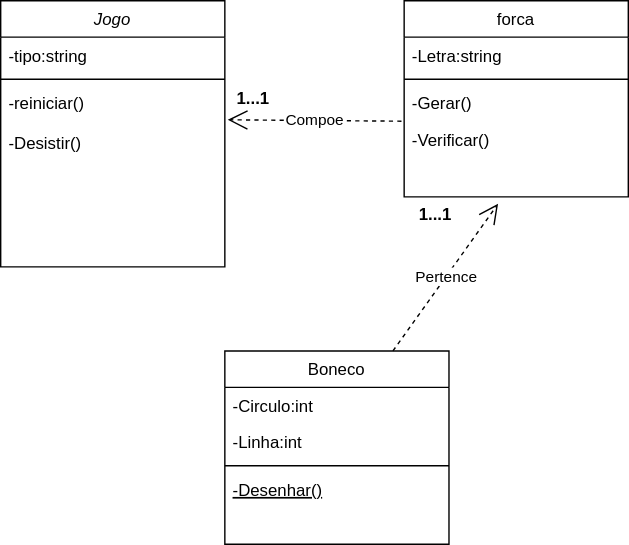
Earlier version of the draw.io export diagrama de classe jogo da forca.drawio.svg (Rob3rt2/Jogo_forca). Source tidied: cells renumbered, new cells last; positions are measured from the earlier drawing's top-left corner, leaving out a move shared by most shapes.
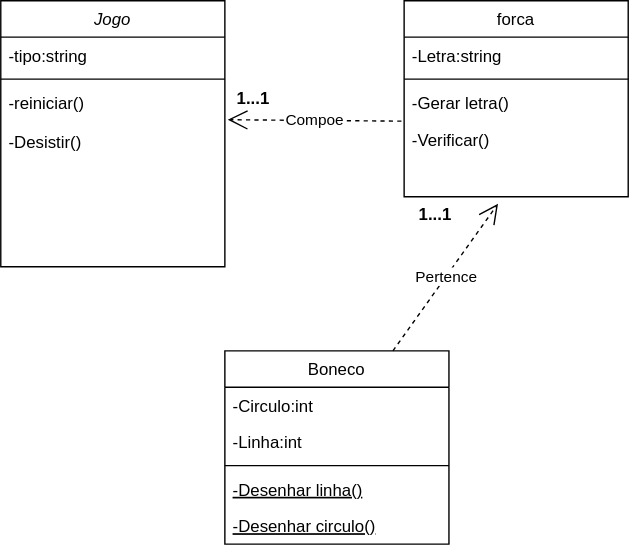
The same file after the commit.

The edit, as a diff of the source:
```diff
@@ -29,9 +29,12 @@
     <mxCell id="10" style="line;html=1;strokeWidth=1;align=left;verticalAlign=middle;spacingTop=-1;spacingLeft=3;spacingRight=3;labelPosition=right;" parent="7" vertex="1">
       <mxGeometry y="78" width="160" height="8" as="geometry" />
     </mxCell>
-    <mxCell id="11" value="-Desenhar()" style="text;align=left;verticalAlign=top;spacingLeft=4;spacingRight=4;overflow=hidden;fontStyle=4;" parent="7" vertex="1">
+    <mxCell id="11" value="-Desenhar linha()" style="text;align=left;verticalAlign=top;spacingLeft=4;spacingRight=4;overflow=hidden;fontStyle=4;" parent="7" vertex="1">
       <mxGeometry y="86" width="160" height="26" as="geometry" />
     </mxCell>
+    <mxCell id="21" value="-Desenhar circulo()" style="text;align=left;verticalAlign=top;spacingLeft=4;spacingRight=4;overflow=hidden;fontStyle=4;" parent="7" vertex="1">
+      <mxGeometry y="112" width="160" height="26" as="geometry" />
+    </mxCell>
     <mxCell id="12" value="forca" style="swimlane;fontStyle=0;align=center;verticalAlign=top;horizontal=1;startSize=26;rounded=0;shadow=0;strokeWidth=1;" parent="1" vertex="1">
       <mxGeometry x="288" width="160" height="140" as="geometry" />
     </mxCell>
@@ -41,7 +44,7 @@
     <mxCell id="14" style="line;html=1;strokeWidth=1;align=left;verticalAlign=middle;spacingTop=-1;spacingLeft=3;spacingRight=3;labelPosition=right;" parent="12" vertex="1">
       <mxGeometry y="52" width="160" height="8" as="geometry" />
     </mxCell>
-    <mxCell id="15" value="-Gerar()" style="text;align=left;verticalAlign=top;spacingLeft=4;spacingRight=4;overflow=hidden;points=[[0,0.5],[1,0.5]];portConstraint=eastwest;" parent="12" vertex="1">
+    <mxCell id="15" value="-Gerar letra()" style="text;align=left;verticalAlign=top;spacingLeft=4;spacingRight=4;overflow=hidden;points=[[0,0.5],[1,0.5]];portConstraint=eastwest;" parent="12" vertex="1">
       <mxGeometry y="60" width="160" height="26" as="geometry" />
     </mxCell>
     <mxCell id="16" value="-Verificar()" style="text;align=left;verticalAlign=top;spacingLeft=4;spacingRight=4;overflow=hidden;" parent="12" vertex="1">
```
